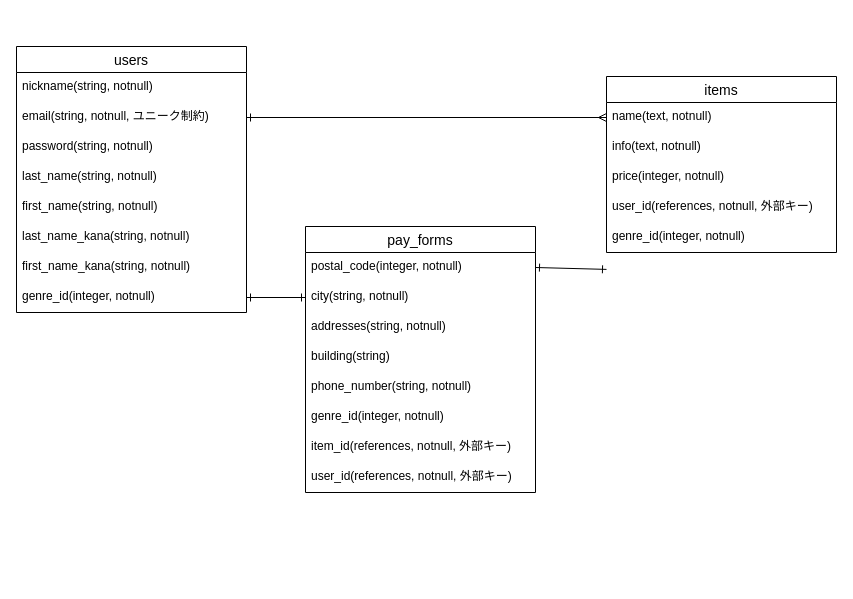
Earlier version of the draw.io diagram .dio (nennekotaro/furima-39174). Source tidied: cells renumbered, new cells numbered last; positions are measured from the earlier drawing's top-left corner, leaving out a move shared by most shapes. Both pictures are drawn from the tidied source at 100%, with x=0, y=0 at pixel (16, 46).
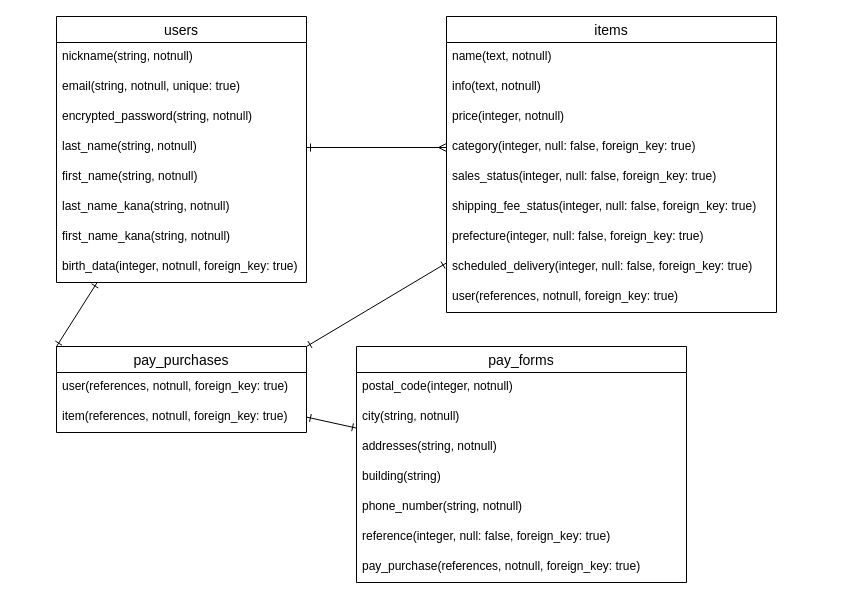
The same diagram, later.

Commit message (it also covers changes not shown here):
データベース設計書き直し①

Change to the diagram source:
```diff
@@
+    <mxCell id="31" style="edgeStyle=none;html=1;entryX=0;entryY=0;entryDx=0;entryDy=0;startArrow=ERone;startFill=0;endArrow=ERone;endFill=0;" parent="1" edge="1" source="2" target="40">
+      <mxGeometry relative="1" as="geometry" />
+    </mxCell>
     <mxCell id="2" value="users" style="swimlane;fontStyle=0;horizontal=1;startSize=26;align=center;fontSize=14;" parent="1" vertex="1">
-      <mxGeometry width="230" height="266" as="geometry" />
+      <mxGeometry x="40" y="-30" width="250" height="266" as="geometry" />
     </mxCell>
     <mxCell id="3" value="nickname(string, notnull)" style="text;strokeColor=none;fillColor=none;spacingLeft=4;spacingRight=4;overflow=hidden;fontSize=12;" parent="2" vertex="1">
-      <mxGeometry y="26" width="230" height="30" as="geometry" />
+      <mxGeometry y="26" width="250" height="30" as="geometry" />
     </mxCell>
-    <mxCell id="4" value="email(string, notnull, ユニーク制約)" style="text;strokeColor=none;fillColor=none;spacingLeft=4;spacingRight=4;overflow=hidden;points=[[0,0.5],[1,0.5]];portConstraint=eastwest;fontSize=12;" parent="2" vertex="1">
-      <mxGeometry y="56" width="230" height="30" as="geometry" />
+    <mxCell id="4" value="email(string, notnull, unique: true)" style="text;strokeColor=none;fillColor=none;spacingLeft=4;spacingRight=4;overflow=hidden;points=[[0,0.5],[1,0.5]];portConstraint=eastwest;fontSize=12;" parent="2" vertex="1">
+      <mxGeometry y="56" width="250" height="30" as="geometry" />
     </mxCell>
-    <mxCell id="5" value="password(string, notnull)" style="text;strokeColor=none;fillColor=none;spacingLeft=4;spacingRight=4;overflow=hidden;fontSize=12;" parent="2" vertex="1">
-      <mxGeometry y="86" width="230" height="30" as="geometry" />
+    <mxCell id="5" value="encrypted_password(string, notnull)" style="text;strokeColor=none;fillColor=none;spacingLeft=4;spacingRight=4;overflow=hidden;fontSize=12;" parent="2" vertex="1">
+      <mxGeometry y="86" width="250" height="30" as="geometry" />
     </mxCell>
     <mxCell id="6" value="last_name(string, notnull)" style="text;strokeColor=none;fillColor=none;spacingLeft=4;spacingRight=4;overflow=hidden;points=[[0,0.5],[1,0.5]];portConstraint=eastwest;fontSize=12;" parent="2" vertex="1">
-      <mxGeometry y="116" width="230" height="30" as="geometry" />
+      <mxGeometry y="116" width="250" height="30" as="geometry" />
     </mxCell>
     <mxCell id="7" value="first_name(string, notnull)" style="text;strokeColor=none;fillColor=none;spacingLeft=4;spacingRight=4;overflow=hidden;fontSize=12;" parent="2" vertex="1">
-      <mxGeometry y="146" width="230" height="30" as="geometry" />
+      <mxGeometry y="146" width="250" height="30" as="geometry" />
     </mxCell>
     <mxCell id="8" value="last_name_kana(string, notnull)" style="text;strokeColor=none;fillColor=none;spacingLeft=4;spacingRight=4;overflow=hidden;fontSize=12;" parent="2" vertex="1">
-      <mxGeometry y="176" width="230" height="30" as="geometry" />
+      <mxGeometry y="176" width="250" height="30" as="geometry" />
     </mxCell>
     <mxCell id="9" value="first_name_kana(string, notnull)" style="text;strokeColor=none;fillColor=none;spacingLeft=4;spacingRight=4;overflow=hidden;fontSize=12;" parent="2" vertex="1">
-      <mxGeometry y="206" width="230" height="30" as="geometry" />
+      <mxGeometry y="206" width="250" height="30" as="geometry" />
     </mxCell>
-    <mxCell id="10" value="genre_id(integer, notnull)" style="text;strokeColor=none;fillColor=none;spacingLeft=4;spacingRight=4;overflow=hidden;points=[[0,0.5],[1,0.5]];portConstraint=eastwest;fontSize=12;" parent="2" vertex="1">
-      <mxGeometry y="236" width="230" height="30" as="geometry" />
+    <mxCell id="10" value="birth_data(integer, notnull, foreign_key: true)" style="text;strokeColor=none;fillColor=none;spacingLeft=4;spacingRight=4;overflow=hidden;points=[[0,0.5],[1,0.5]];portConstraint=eastwest;fontSize=12;" parent="2" vertex="1">
+      <mxGeometry y="236" width="250" height="30" as="geometry" />
     </mxCell>
+    <mxCell id="32" style="edgeStyle=none;html=1;entryX=1;entryY=0;entryDx=0;entryDy=0;startArrow=ERone;startFill=0;endArrow=ERone;endFill=0;" parent="1" edge="1" source="11" target="40">
+      <mxGeometry relative="1" as="geometry" />
+    </mxCell>
     <mxCell id="11" value="items" style="swimlane;fontStyle=0;horizontal=1;startSize=26;align=center;fontSize=14;" parent="1" vertex="1">
-      <mxGeometry x="590" y="30" width="230" height="176" as="geometry" />
+      <mxGeometry x="430" y="-30" width="330" height="296" as="geometry" />
     </mxCell>
     <mxCell id="12" value="name(text, notnull)" style="text;strokeColor=none;fillColor=none;spacingLeft=4;spacingRight=4;overflow=hidden;points=[[0,0.5],[1,0.5]];portConstraint=eastwest;fontSize=12;" parent="11" vertex="1">
-      <mxGeometry y="26" width="230" height="30" as="geometry" />
+      <mxGeometry y="26" width="330" height="30" as="geometry" />
     </mxCell>
     <mxCell id="13" value="info(text, notnull)" style="text;strokeColor=none;fillColor=none;spacingLeft=4;spacingRight=4;overflow=hidden;fontSize=12;" parent="11" vertex="1">
-      <mxGeometry y="56" width="230" height="30" as="geometry" />
+      <mxGeometry y="56" width="330" height="30" as="geometry" />
     </mxCell>
     <mxCell id="14" value="price(integer, notnull)" style="text;strokeColor=none;fillColor=none;spacingLeft=4;spacingRight=4;overflow=hidden;fontSize=12;" parent="11" vertex="1">
-      <mxGeometry y="86" width="230" height="30" as="geometry" />
+      <mxGeometry y="86" width="330" height="30" as="geometry" />
     </mxCell>
+    <mxCell id="33" value="category(integer, null: false, foreign_key: true)" style="text;strokeColor=none;fillColor=none;spacingLeft=4;spacingRight=4;overflow=hidden;points=[[0,0.5],[1,0.5]];portConstraint=eastwest;fontSize=12;" parent="11" vertex="1">
+      <mxGeometry y="116" width="330" height="30" as="geometry" />
+    </mxCell>
+    <mxCell id="34" value="sales_status(integer, null: false, foreign_key: true)" style="text;strokeColor=none;fillColor=none;spacingLeft=4;spacingRight=4;overflow=hidden;fontSize=12;" parent="11" vertex="1">
+      <mxGeometry y="146" width="330" height="30" as="geometry" />
+    </mxCell>
+    <mxCell id="35" value="shipping_fee_status(integer, null: false, foreign_key: true)" style="text;strokeColor=none;fillColor=none;spacingLeft=4;spacingRight=4;overflow=hidden;fontSize=12;" parent="11" vertex="1">
+      <mxGeometry y="176" width="330" height="30" as="geometry" />
+    </mxCell>
+    <mxCell id="36" value="prefecture(integer, null: false, foreign_key: true)" style="text;strokeColor=none;fillColor=none;spacingLeft=4;spacingRight=4;overflow=hidden;fontSize=12;" parent="11" vertex="1">
+      <mxGeometry y="206" width="330" height="30" as="geometry" />
+    </mxCell>
+    <mxCell id="37" value="scheduled_delivery(integer, null: false, foreign_key: true)" style="text;strokeColor=none;fillColor=none;spacingLeft=4;spacingRight=4;overflow=hidden;fontSize=12;" parent="11" vertex="1">
+      <mxGeometry y="236" width="330" height="30" as="geometry" />
+    </mxCell>
-    <mxCell id="15" value="user_id(references, notnull, 外部キー)" style="text;strokeColor=none;fillColor=none;spacingLeft=4;spacingRight=4;overflow=hidden;fontSize=12;" parent="11" vertex="1">
-      <mxGeometry y="116" width="230" height="30" as="geometry" />
+    <mxCell id="15" value="user(references, notnull, foreign_key: true)" style="text;strokeColor=none;fillColor=none;spacingLeft=4;spacingRight=4;overflow=hidden;fontSize=12;" parent="11" vertex="1">
+      <mxGeometry y="266" width="330" height="30" as="geometry" />
     </mxCell>
-    <mxCell id="16" value="genre_id(integer, notnull)" style="text;strokeColor=none;fillColor=none;spacingLeft=4;spacingRight=4;overflow=hidden;fontSize=12;" parent="11" vertex="1">
-      <mxGeometry y="146" width="230" height="30" as="geometry" />
-    </mxCell>
     <mxCell id="17" value="pay_forms" style="swimlane;fontStyle=0;horizontal=1;startSize=26;align=center;fontSize=14;" parent="1" vertex="1">
-      <mxGeometry x="289" y="180" width="230" height="266" as="geometry" />
+      <mxGeometry x="340" y="300" width="330" height="236" as="geometry" />
     </mxCell>
     <mxCell id="18" value="postal_code(integer, notnull)" style="text;strokeColor=none;fillColor=none;spacingLeft=4;spacingRight=4;overflow=hidden;points=[[0,0.5],[1,0.5]];portConstraint=eastwest;fontSize=12;" parent="17" vertex="1">
-      <mxGeometry y="26" width="230" height="30" as="geometry" />
+      <mxGeometry y="26" width="330" height="30" as="geometry" />
     </mxCell>
     <mxCell id="19" value="city(string, notnull)" style="text;strokeColor=none;fillColor=none;spacingLeft=4;spacingRight=4;overflow=hidden;points=[[0,0.5],[1,0.5]];portConstraint=eastwest;fontSize=12;" parent="17" vertex="1">
-      <mxGeometry y="56" width="230" height="30" as="geometry" />
+      <mxGeometry y="56" width="330" height="30" as="geometry" />
     </mxCell>
     <mxCell id="20" value="addresses(string, notnull)" style="text;strokeColor=none;fillColor=none;spacingLeft=4;spacingRight=4;overflow=hidden;fontSize=12;" parent="17" vertex="1">
-      <mxGeometry y="86" width="230" height="30" as="geometry" />
+      <mxGeometry y="86" width="330" height="30" as="geometry" />
     </mxCell>
     <mxCell id="21" value="building(string)" style="text;strokeColor=none;fillColor=none;spacingLeft=4;spacingRight=4;overflow=hidden;fontSize=12;" parent="17" vertex="1">
-      <mxGeometry y="116" width="230" height="30" as="geometry" />
+      <mxGeometry y="116" width="330" height="30" as="geometry" />
     </mxCell>
     <mxCell id="22" value="phone_number(string, notnull)" style="text;strokeColor=none;fillColor=none;spacingLeft=4;spacingRight=4;overflow=hidden;fontSize=12;" parent="17" vertex="1">
-      <mxGeometry y="146" width="230" height="30" as="geometry" />
+      <mxGeometry y="146" width="330" height="30" as="geometry" />
     </mxCell>
-    <mxCell id="23" value="genre_id(integer, notnull)" style="text;strokeColor=none;fillColor=none;spacingLeft=4;spacingRight=4;overflow=hidden;fontSize=12;" parent="17" vertex="1">
-      <mxGeometry y="176" width="230" height="30" as="geometry" />
-    </mxCell>
-    <mxCell id="24" value="item_id(references, notnull, 外部キー)" style="text;strokeColor=none;fillColor=none;spacingLeft=4;spacingRight=4;overflow=hidden;fontSize=12;" parent="17" vertex="1">
-      <mxGeometry y="206" width="230" height="30" as="geometry" />
-    </mxCell>
+    <mxCell id="38" value="reference(integer, null: false, foreign_key: true)&#10;" style="text;strokeColor=none;fillColor=none;spacingLeft=4;spacingRight=4;overflow=hidden;fontSize=12;" parent="17" vertex="1">
+      <mxGeometry y="176" width="330" height="30" as="geometry" />
+    </mxCell>
-    <mxCell id="25" value="user_id(references, notnull, 外部キー)" style="text;strokeColor=none;fillColor=none;spacingLeft=4;spacingRight=4;overflow=hidden;fontSize=12;" parent="17" vertex="1">
-      <mxGeometry y="236" width="230" height="30" as="geometry" />
+    <mxCell id="25" value="pay_purchase(references, notnull, foreign_key: true)" style="text;strokeColor=none;fillColor=none;spacingLeft=4;spacingRight=4;overflow=hidden;fontSize=12;" parent="17" vertex="1">
+      <mxGeometry y="206" width="330" height="30" as="geometry" />
     </mxCell>
@@
-    <mxCell id="27" style="edgeStyle=none;html=1;" parent="1" edge="1" source="10">
-      <mxGeometry relative="1" as="geometry">
-        <mxPoint x="230" y="250" as="targetPoint" />
-      </mxGeometry>
-    </mxCell>
-    <mxCell id="28" style="edgeStyle=none;html=1;startArrow=ERone;startFill=0;endArrow=ERone;endFill=0;" parent="1" edge="1" source="19" target="10">
-      <mxGeometry relative="1" as="geometry" />
-    </mxCell>
-    <mxCell id="29" style="edgeStyle=none;html=1;entryX=1;entryY=0.5;entryDx=0;entryDy=0;startArrow=ERone;startFill=0;endArrow=ERone;endFill=0;" parent="1" edge="1" target="18">
-      <mxGeometry relative="1" as="geometry">
-        <mxPoint x="590" y="222.9" as="sourcePoint" />
-      </mxGeometry>
-    </mxCell>
-    <mxCell id="30" style="edgeStyle=none;html=1;entryX=0;entryY=0.5;entryDx=0;entryDy=0;startArrow=ERone;startFill=0;endArrow=ERmany;endFill=0;" parent="1" edge="1" source="4" target="12">
-      <mxGeometry relative="1" as="geometry" />
-    </mxCell>
+    <mxCell id="39" style="edgeStyle=none;html=1;startArrow=ERone;startFill=0;endArrow=ERone;endFill=0;" parent="1" edge="1" source="40" target="17">
+      <mxGeometry relative="1" as="geometry" />
+    </mxCell>
+    <mxCell id="40" value="pay_purchases" style="swimlane;fontStyle=0;horizontal=1;startSize=26;align=center;fontSize=14;" parent="1" vertex="1">
+      <mxGeometry x="40" y="300" width="250" height="86" as="geometry" />
+    </mxCell>
+    <mxCell id="41" value="user(references, notnull, foreign_key: true)" style="text;strokeColor=none;fillColor=none;spacingLeft=4;spacingRight=4;overflow=hidden;fontSize=12;" parent="40" vertex="1">
+      <mxGeometry y="26" width="250" height="30" as="geometry" />
+    </mxCell>
+    <mxCell id="42" value="item(references, notnull, foreign_key: true)" style="text;strokeColor=none;fillColor=none;spacingLeft=4;spacingRight=4;overflow=hidden;fontSize=12;" parent="40" vertex="1">
+      <mxGeometry y="56" width="250" height="30" as="geometry" />
+    </mxCell>
+    <mxCell id="43" style="edgeStyle=none;html=1;exitX=1;exitY=0.5;exitDx=0;exitDy=0;entryX=0;entryY=0.5;entryDx=0;entryDy=0;startArrow=ERone;startFill=0;endArrow=ERmany;endFill=0;" parent="1" edge="1" source="6" target="33">
+      <mxGeometry relative="1" as="geometry" />
+    </mxCell>
```
